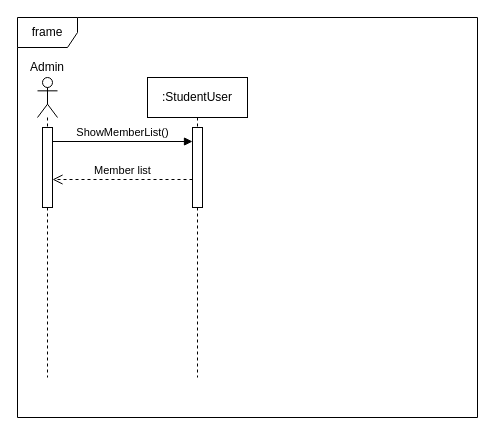
Above: Show Member List Sequence Diagram.drawio in m-bassiri/HamyarApp (draw.io), before the change. Source tidied: cells renumbered, new cells numbered last; positions are measured from the earlier drawing's top-left corner, leaving out a move shared by most shapes. Both pictures are drawn from the tidied source at 100%, with x=0, y=0 at pixel (17, 17).
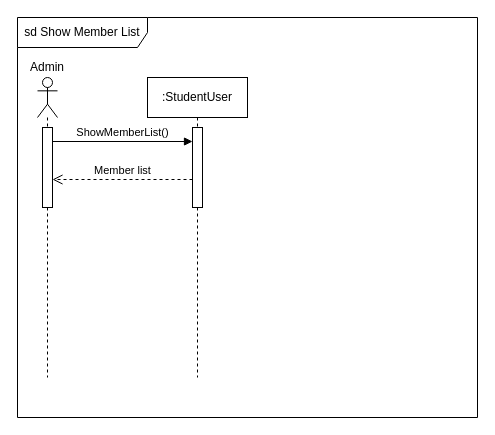
The same diagram, later.

The edit, as a diff of the source:
```diff
@@
 <mxGraphModel>
   <root>
     <mxCell id="0" />
     <mxCell id="1" parent="0" />
-    <mxCell id="2" value="frame" style="shape=umlFrame;whiteSpace=wrap;html=1;" parent="1" vertex="1">
+    <mxCell id="2" value="sd Show Member List" style="shape=umlFrame;whiteSpace=wrap;html=1;width=130;height=30;" parent="1" vertex="1">
       <mxGeometry width="460" height="400" as="geometry" />
     </mxCell>
     <mxCell id="3" style="shape=umlLifeline;participant=umlActor;perimeter=lifelinePerimeter;whiteSpace=wrap;html=1;verticalAlign=top;spacingTop=36;labelBackgroundColor=#ffffff;" parent="1" vertex="1">
       <mxGeometry x="20" y="60" width="20" height="300" as="geometry" />
     </mxCell>
     <mxCell id="4" style="html=1;perimeter=orthogonalPerimeter;" parent="3" vertex="1">
       <mxGeometry x="5" y="50" width="10" height="80" as="geometry" />
     </mxCell>
     <mxCell id="5" value="Admin" style="text;html=1;strokeColor=none;fillColor=none;align=center;verticalAlign=middle;whiteSpace=wrap;rounded=0;" parent="1" vertex="1">
       <mxGeometry x="10" y="40" width="40" height="20" as="geometry" />
     </mxCell>
     <mxCell id="6" value=":StudentUser" style="shape=umlLifeline;perimeter=lifelinePerimeter;whiteSpace=wrap;html=1;" parent="1" vertex="1">
       <mxGeometry x="130" y="60" width="100" height="300" as="geometry" />
     </mxCell>
     <mxCell id="7" style="html=1;perimeter=orthogonalPerimeter;" parent="6" vertex="1">
       <mxGeometry x="45" y="50" width="10" height="80" as="geometry" />
     </mxCell>
     <mxCell id="8" value="ShowMemberList()" style="html=1;verticalAlign=bottom;endArrow=block;" parent="1" edge="1">
       <mxGeometry relative="1" as="geometry">
         <mxPoint x="35" y="124" as="sourcePoint" />
         <mxPoint x="175" y="124" as="targetPoint" />
       </mxGeometry>
     </mxCell>
     <mxCell id="9" value="Member list&lt;br&gt;" style="html=1;verticalAlign=bottom;endArrow=open;dashed=1;endSize=8;" parent="1" edge="1">
       <mxGeometry relative="1" as="geometry">
         <mxPoint x="175" y="162" as="sourcePoint" />
         <mxPoint x="35" y="162" as="targetPoint" />
       </mxGeometry>
     </mxCell>
   </root>
 </mxGraphModel>
```
